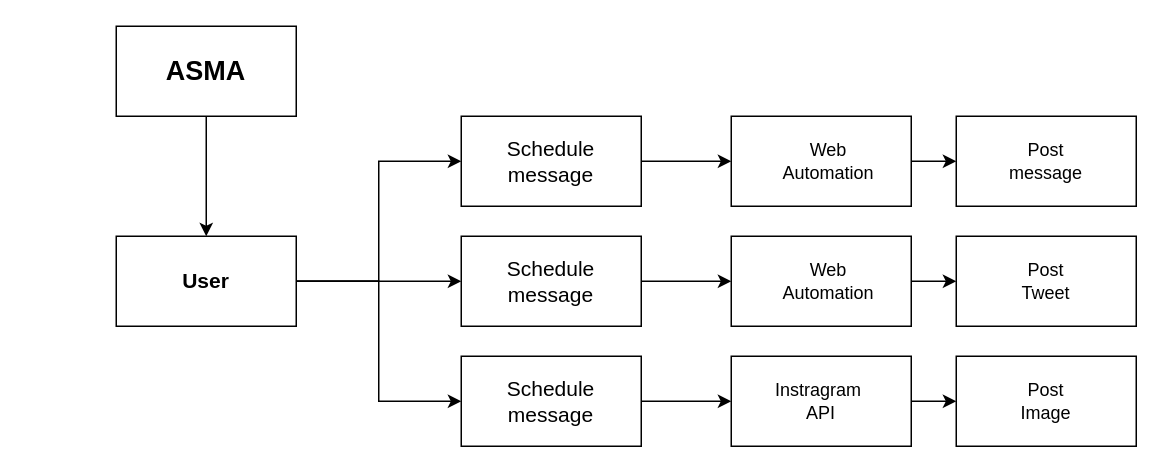
Before: page "arc structure" (1 of 4) of flowchart.drawio in Antojoel/collegeminiproject1, a draw.io diagram. Source tidied: cells renumbered, new cells numbered last; positions are measured from the earlier drawing's top-left corner, leaving out a move shared by most shapes. Both pictures are drawn from the tidied source at 150%, with x=0, y=0 at pixel (116, 26).
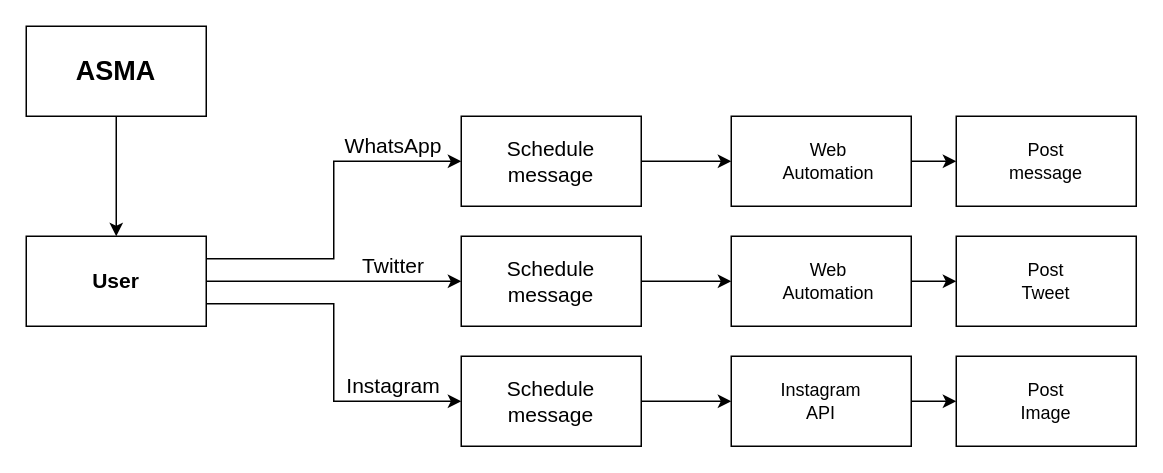
Above is the later version.

Unchanged cells that the change refers to:
```xml
<mxCell id="7" style="rounded=0;whiteSpace=wrap;html=1;" parent="1" vertex="1">
  <mxGeometry x="230" y="220" width="120" height="60" as="geometry" />
</mxCell>
<mxCell id="11" style="rounded=0;whiteSpace=wrap;html=1;" parent="1" vertex="1">
  <mxGeometry x="230" y="60" width="120" height="60" as="geometry" />
</mxCell>
```

Change to the diagram source:
```diff
@@
     <mxCell id="2" style="rounded=0;whiteSpace=wrap;html=1;" parent="1" vertex="1">
-      <mxGeometry width="120" height="60" as="geometry" />
+      <mxGeometry x="-60" width="120" height="60" as="geometry" />
     </mxCell>
@@
+    <mxCell id="9" style="edgeStyle=orthogonalEdgeStyle;rounded=0;jettySize=auto;html=1;exitX=1;exitY=0.25;exitDx=0;exitDy=0;entryX=0;entryY=0.5;entryDx=0;entryDy=0;" parent="1" edge="1" source="5" target="11">
+      <mxGeometry relative="1" as="geometry" />
+    </mxCell>
+    <mxCell id="8" style="edgeStyle=orthogonalEdgeStyle;rounded=0;jettySize=auto;html=1;exitX=1;exitY=0.75;exitDx=0;exitDy=0;entryX=0;entryY=0.5;entryDx=0;entryDy=0;" parent="1" edge="1" source="5" target="7">
+      <mxGeometry relative="1" as="geometry" />
+    </mxCell>
     <mxCell id="5" style="rounded=0;whiteSpace=wrap;html=1;" parent="1" vertex="1">
-      <mxGeometry y="140" width="120" height="60" as="geometry" />
+      <mxGeometry x="-60" y="140" width="120" height="60" as="geometry" />
     </mxCell>
@@
-    <mxCell id="8" style="edgeStyle=orthogonalEdgeStyle;rounded=0;jettySize=auto;html=1;exitX=1;exitY=0.5;exitDx=0;exitDy=0;entryX=0;entryY=0.5;entryDx=0;entryDy=0;" parent="1" edge="1" source="5" target="7">
-      <mxGeometry relative="1" as="geometry" />
-    </mxCell>
-    <mxCell id="9" style="edgeStyle=orthogonalEdgeStyle;rounded=0;jettySize=auto;html=1;exitX=1;exitY=0.5;exitDx=0;exitDy=0;entryX=0;entryY=0.5;entryDx=0;entryDy=0;" parent="1" edge="1" source="5" target="11">
-      <mxGeometry relative="1" as="geometry" />
-    </mxCell>
@@
     <mxCell id="23" value="&lt;font style=&quot;font-size: 18px&quot;&gt;&lt;b&gt;ASMA&lt;/b&gt;&lt;/font&gt;" style="text;html=1;strokeColor=none;fillColor=none;align=center;verticalAlign=middle;whiteSpace=wrap;rounded=0;" parent="1" vertex="1">
-      <mxGeometry x="30" y="20" width="60" height="20" as="geometry" />
+      <mxGeometry x="-30" y="20" width="60" height="20" as="geometry" />
     </mxCell>
     <mxCell id="24" value="&lt;b&gt;&lt;font style=&quot;font-size: 14px&quot;&gt;User&lt;/font&gt;&lt;/b&gt;" style="text;html=1;strokeColor=none;fillColor=none;align=center;verticalAlign=middle;whiteSpace=wrap;rounded=0;" parent="1" vertex="1">
-      <mxGeometry x="35" y="160" width="50" height="20" as="geometry" />
+      <mxGeometry x="-25" y="160" width="50" height="20" as="geometry" />
     </mxCell>
@@
-    <mxCell id="27" value="Instragram&amp;nbsp;&lt;br&gt;API" style="text;html=1;strokeColor=none;fillColor=none;align=center;verticalAlign=middle;whiteSpace=wrap;rounded=0;" parent="1" vertex="1">
-      <mxGeometry x="450" y="240" width="40" height="20" as="geometry" />
+    <mxCell id="27" value="Instagram&lt;br&gt;API" style="text;html=1;strokeColor=none;fillColor=none;align=center;verticalAlign=middle;whiteSpace=wrap;rounded=0;" parent="1" vertex="1">
+      <mxGeometry x="440" y="235" width="60" height="30" as="geometry" />
     </mxCell>
@@
+    <mxCell id="34" value="&lt;font style=&quot;font-size: 14px&quot;&gt;WhatsApp&lt;/font&gt;" style="text;html=1;strokeColor=none;fillColor=none;align=center;verticalAlign=middle;whiteSpace=wrap;rounded=0;" parent="1" vertex="1">
+      <mxGeometry x="150" y="70" width="70" height="20" as="geometry" />
+    </mxCell>
+    <mxCell id="35" value="&lt;font style=&quot;font-size: 14px&quot;&gt;Twitter&lt;/font&gt;" style="text;html=1;strokeColor=none;fillColor=none;align=center;verticalAlign=middle;whiteSpace=wrap;rounded=0;" parent="1" vertex="1">
+      <mxGeometry x="150" y="150" width="70" height="20" as="geometry" />
+    </mxCell>
+    <mxCell id="36" value="&lt;font style=&quot;font-size: 14px&quot;&gt;Instagram&lt;/font&gt;" style="text;html=1;strokeColor=none;fillColor=none;align=center;verticalAlign=middle;whiteSpace=wrap;rounded=0;" parent="1" vertex="1">
+      <mxGeometry x="150" y="230" width="70" height="20" as="geometry" />
+    </mxCell>
```
